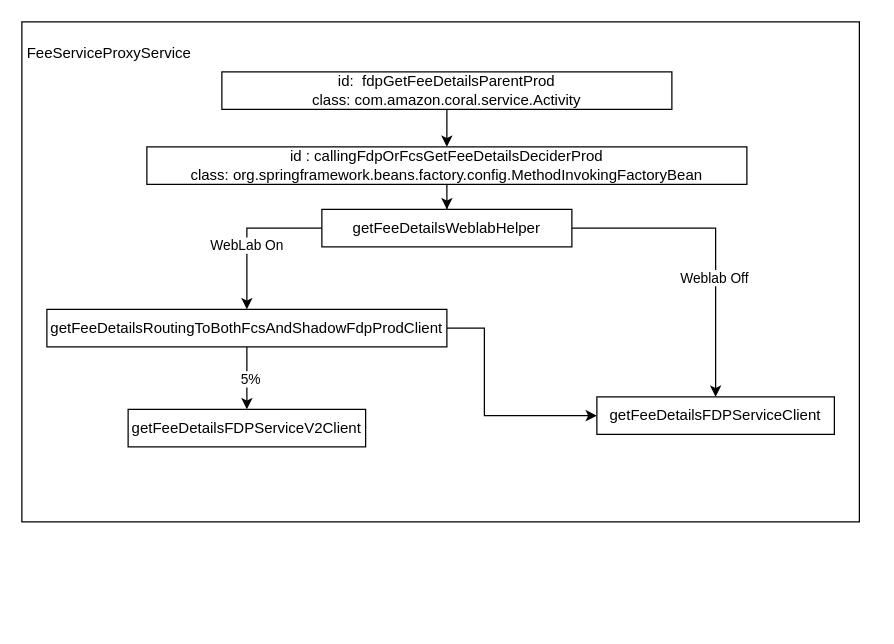
Before: Weblab Workflow.drawio in wang2gua/test, a draw.io diagram. Source tidied: cells renumbered, new cells numbered last; positions are measured from the earlier drawing's top-left corner, leaving out a move shared by most shapes. Both pictures are drawn from the tidied source at 125%, with x=0, y=0 at pixel (21, 21).
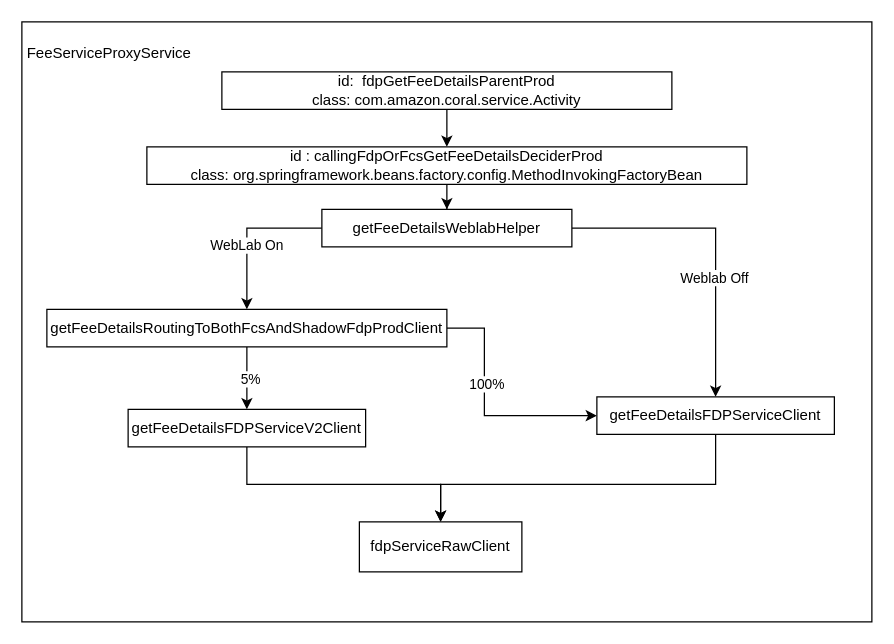
The same page after the edit.

Unchanged cells that the change refers to:
```xml
<mxCell id="10" style="edgeStyle=orthogonalEdgeStyle;rounded=0;jettySize=auto;html=1;exitX=1;exitY=0.5;exitDx=0;exitDy=0;entryX=0;entryY=0.5;entryDx=0;entryDy=0;" parent="1" edge="1" source="11" target="12">
  <mxGeometry relative="1" as="geometry">
    <Array as="points">
      <mxPoint x="370" y="245" />
      <mxPoint x="370" y="315" />
    </Array>
  </mxGeometry>
</mxCell>
<mxCell id="12" value="&lt;div&gt;&lt;span&gt;&lt;span class=&quot;s&quot;&gt;getFeeDetailsFDPServiceClient&lt;/span&gt;&lt;/span&gt;&lt;br&gt;&lt;/div&gt;" style="rounded=0;whiteSpace=wrap;html=1;" parent="1" vertex="1">
  <mxGeometry x="460" y="300" width="190" height="30" as="geometry" />
</mxCell>
<mxCell id="18" value="&lt;div&gt;&lt;span&gt;&lt;span class=&quot;s&quot;&gt;getFeeDetailsFDPServiceV2Client&lt;/span&gt;&lt;/span&gt;&lt;br&gt;&lt;/div&gt;" style="rounded=0;whiteSpace=wrap;html=1;" parent="1" vertex="1">
  <mxGeometry x="85" y="310" width="190" height="30" as="geometry" />
</mxCell>
```

Diff of the diagram source:
```diff
@@
     <mxCell id="2" style="rounded=0;whiteSpace=wrap;html=1;" parent="1" vertex="1">
-      <mxGeometry width="670" height="400" as="geometry" />
+      <mxGeometry width="680" height="480" as="geometry" />
     </mxCell>
@@
+    <mxCell id="19" value="100%" style="edgeLabel;html=1;align=center;verticalAlign=middle;" parent="10" vertex="1">
+      <mxGeometry x="-0.22" y="1" relative="1" as="geometry" />
+    </mxCell>
@@
+    <mxCell id="20" style="edgeStyle=orthogonalEdgeStyle;rounded=0;jettySize=auto;html=1;entryX=0.5;entryY=0;entryDx=0;entryDy=0;" parent="1" edge="1" source="12" target="22">
+      <mxGeometry relative="1" as="geometry">
+        <Array as="points">
+          <mxPoint x="555" y="370" />
+          <mxPoint x="335" y="370" />
+        </Array>
+      </mxGeometry>
+    </mxCell>
@@
+    <mxCell id="21" style="edgeStyle=orthogonalEdgeStyle;rounded=0;jettySize=auto;html=1;" parent="1" edge="1" source="18" target="22">
+      <mxGeometry relative="1" as="geometry" />
+    </mxCell>
@@
+    <mxCell id="22" value="&lt;span&gt;&lt;span class=&quot;s&quot;&gt;fdpServiceRawClient&lt;/span&gt;&lt;/span&gt;" style="rounded=0;whiteSpace=wrap;html=1;" parent="1" vertex="1">
+      <mxGeometry x="270" y="400" width="130" height="40" as="geometry" />
+    </mxCell>
```
